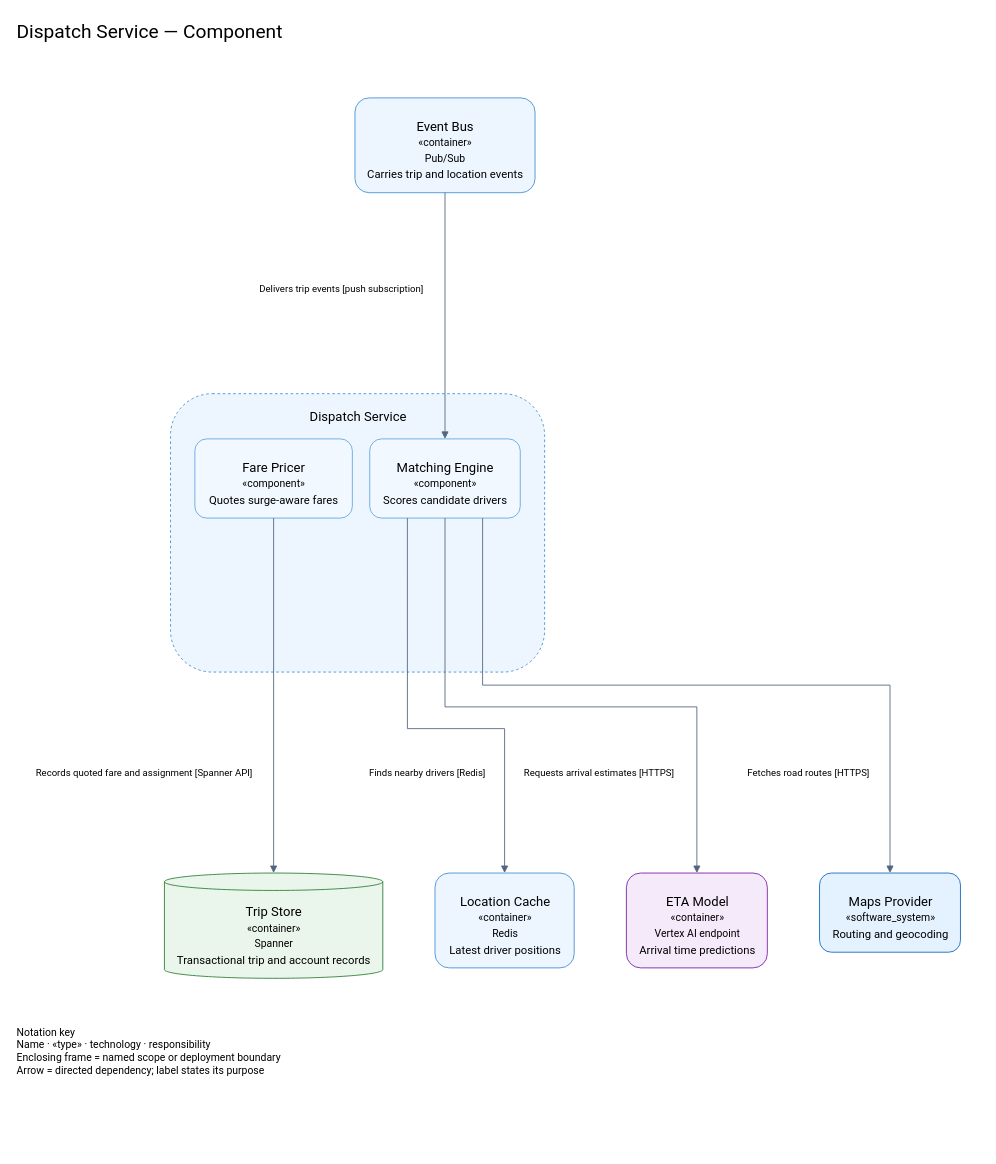
Before: examples/gcp-suite/c4-gcp/icon-style-modern/03-components/component-dispatch-service.drawio in tyler59simon/architecture-suite-plugin, a draw.io diagram. Source tidied: cells renumbered, new cells numbered last; positions are measured from the earlier drawing's top-left corner, leaving out a move shared by most shapes. Both pictures are drawn from the tidied source at 87%, with x=0, y=0 at pixel (15, 15). Pictures stored in the file or linked from it are replaced by grey dashed boxes.
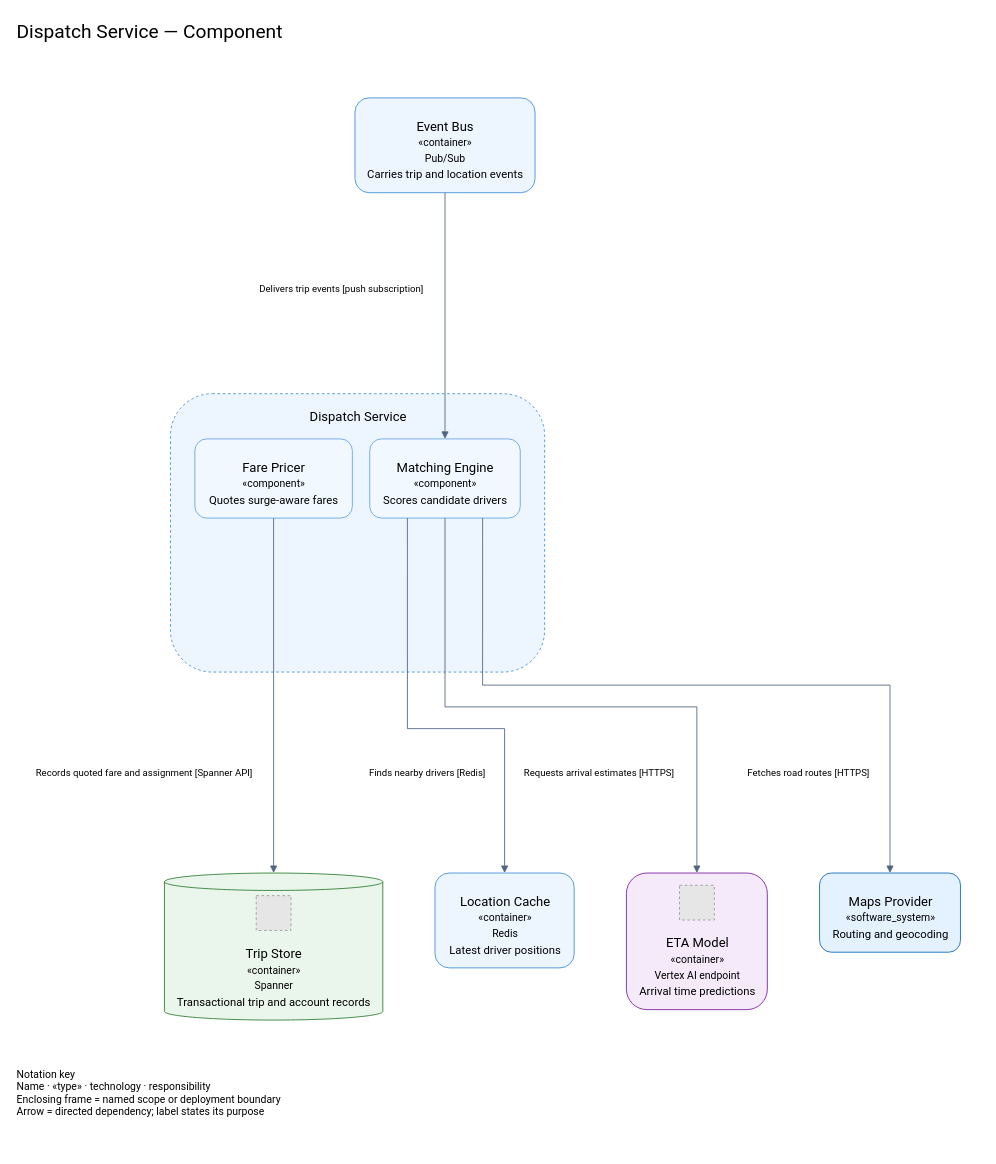
The same diagram, later.

The edit, as a diff of the source:
```diff
@@
     <mxCell id="12" style="shape=cylinder3;boundedLbl=1;backgroundOutline=1;size=10;fillColor=#eaf6ec;strokeColor=#2e7d32;dashed=0;" parent="1" vertex="1">
-      <mxGeometry x="171.5" y="986" width="251" height="121" as="geometry" />
+      <mxGeometry x="171.5" y="986" width="251" height="169" as="geometry" />
     </mxCell>
     <mxCell id="13" value="Trip Store" style="text;html=1;align=center;fontSize=15;fontFamily=Roboto;spacing=0;" parent="12" vertex="1">
-      <mxGeometry y="31" width="251" height="22" as="geometry" />
+      <mxGeometry y="79" width="251" height="22" as="geometry" />
     </mxCell>
     <mxCell id="14" value="«container»" style="text;html=1;align=center;fontSize=12;fontFamily=Roboto;spacing=0;" parent="12" vertex="1">
-      <mxGeometry y="52" width="251" height="18" as="geometry" />
+      <mxGeometry y="100" width="251" height="18" as="geometry" />
     </mxCell>
     <mxCell id="15" value="Spanner" style="text;html=1;align=center;fontSize=12;fontFamily=Roboto;spacing=0;" parent="12" vertex="1">
-      <mxGeometry y="70" width="251" height="18" as="geometry" />
+      <mxGeometry y="118" width="251" height="18" as="geometry" />
     </mxCell>
     <mxCell id="16" value="Transactional trip and account records" style="text;html=1;align=center;fontSize=13;fontFamily=Roboto;spacing=0;" parent="12" vertex="1">
-      <mxGeometry y="88" width="251" height="19" as="geometry" />
+      <mxGeometry y="136" width="251" height="19" as="geometry" />
     </mxCell>
+    <mxCell id="48" style="fillColor=#E6E6E6;strokeColor=#999999;dashed=1;" parent="12" vertex="1">
+      <mxGeometry x="105.5" y="26" width="40" height="40" as="geometry" />
+    </mxCell>
@@
     <mxCell id="22" style="rounded=1;fillColor=#f5eafa;strokeColor=#7b1fa2;dashed=0;" parent="1" vertex="1">
-      <mxGeometry x="702.5" y="986" width="162" height="109" as="geometry" />
+      <mxGeometry x="702.5" y="986" width="162" height="157" as="geometry" />
     </mxCell>
     <mxCell id="23" value="ETA Model" style="text;html=1;align=center;fontSize=15;fontFamily=Roboto;spacing=0;" parent="22" vertex="1">
-      <mxGeometry y="19" width="162" height="22" as="geometry" />
+      <mxGeometry y="67" width="162" height="22" as="geometry" />
     </mxCell>
     <mxCell id="24" value="«container»" style="text;html=1;align=center;fontSize=12;fontFamily=Roboto;spacing=0;" parent="22" vertex="1">
-      <mxGeometry y="40" width="162" height="18" as="geometry" />
+      <mxGeometry y="88" width="162" height="18" as="geometry" />
     </mxCell>
     <mxCell id="25" value="Vertex AI endpoint" style="text;html=1;align=center;fontSize=12;fontFamily=Roboto;spacing=0;" parent="22" vertex="1">
-      <mxGeometry y="58" width="162" height="18" as="geometry" />
+      <mxGeometry y="106" width="162" height="18" as="geometry" />
     </mxCell>
     <mxCell id="26" value="Arrival time predictions" style="text;html=1;align=center;fontSize=13;fontFamily=Roboto;spacing=0;" parent="22" vertex="1">
-      <mxGeometry y="76" width="162" height="19" as="geometry" />
+      <mxGeometry y="124" width="162" height="19" as="geometry" />
     </mxCell>
+    <mxCell id="49" style="fillColor=#E6E6E6;strokeColor=#999999;dashed=1;" parent="22" vertex="1">
+      <mxGeometry x="61" y="14" width="40" height="40" as="geometry" />
+    </mxCell>
@@
     <mxCell id="47" value="Notation key&lt;br&gt;Name · «type» · technology · responsibility&lt;br&gt;Enclosing frame = named scope or deployment boundary&lt;br&gt;Arrow = directed dependency; label states its purpose" style="text;html=1;align=left;fontSize=12;fontFamily=Roboto;" parent="1" vertex="1">
-      <mxGeometry y="1156" width="560" height="100" as="geometry" />
+      <mxGeometry y="1204" width="560" height="100" as="geometry" />
     </mxCell>
```
